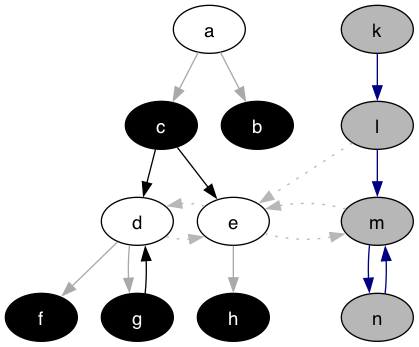
This is lib/graphs/kernel_graph_colored.png from idaks/Games-and-Argumentation, a Graphviz export, as it was before one commit. Its source is kept beside it as lib/graphs/kernel_graph_colored.dot.
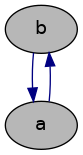
After the commit.

The edit, as a diff of the source:
```diff
@@ -1,29 +1,11 @@
 digraph G {
   rankdir="TB"
   node [shape=oval style=filled fontname=Helvetica fontsize=14]
-  node [fillcolor="#ffffff" fontcolor="#000000"] a d e
-  node [fillcolor="#000000" fontcolor="#ffffff"] c b f g h
-  node [fillcolor="#b7b7b7" fontcolor="#000000"] k l m n
-  edge [dir=forward color="#A9A9A9" style="solid"]
-        "a" -> "c"
+  node [fillcolor="#ffffff" fontcolor="#000000"]
+  node [fillcolor="#000000" fontcolor="#ffffff"]
+  node [fillcolor="#b7b7b7" fontcolor="#000000"] b a
+  edge [dir=forward color="#000080" style="solid"]
+        "b" -> "a"
         "a" -> "b"
-        "d" -> "f"
-        "d" -> "g"
-        "e" -> "h"
-  edge [dir=forward color="#000080" style="solid"]
-        "k" -> "l"
-        "l" -> "m"
-        "m" -> "n"
-        "n" -> "m"
-  edge [dir=forward color="#000000" style="solid"]
-        "c" -> "d"
-        "c" -> "e"
-        "g" -> "d"
-  edge [dir=forward color="#b7b7b7" style="dotted" constraint=false]
-        "l" -> "e"
-        "d" -> "e"
-        "e" -> "d"
-        "e" -> "m"
-        "m" -> "e"
 
 }
```
